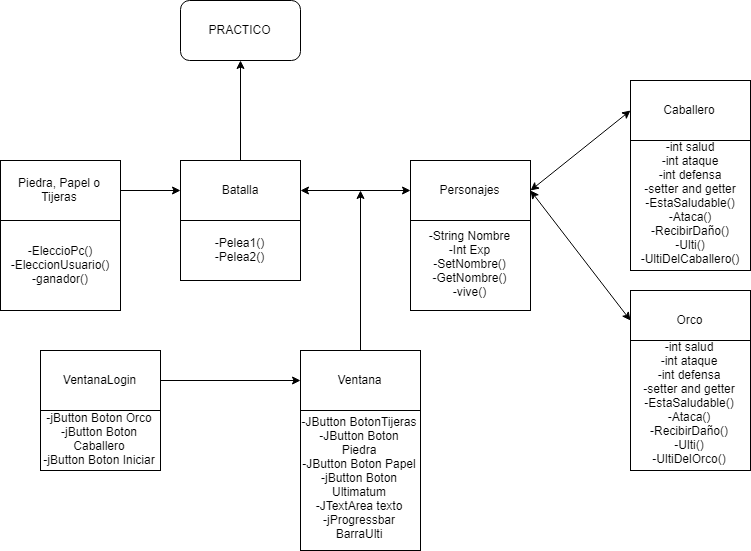
This is Untitled Diagram.png from juanmanuelmartin/Trabajo-Practico-Grupal, a draw.io export, as it was before one commit. Source tidied: cells renumbered, new cells last; positions are measured from the earlier drawing's top-left corner, leaving out a move shared by most shapes.
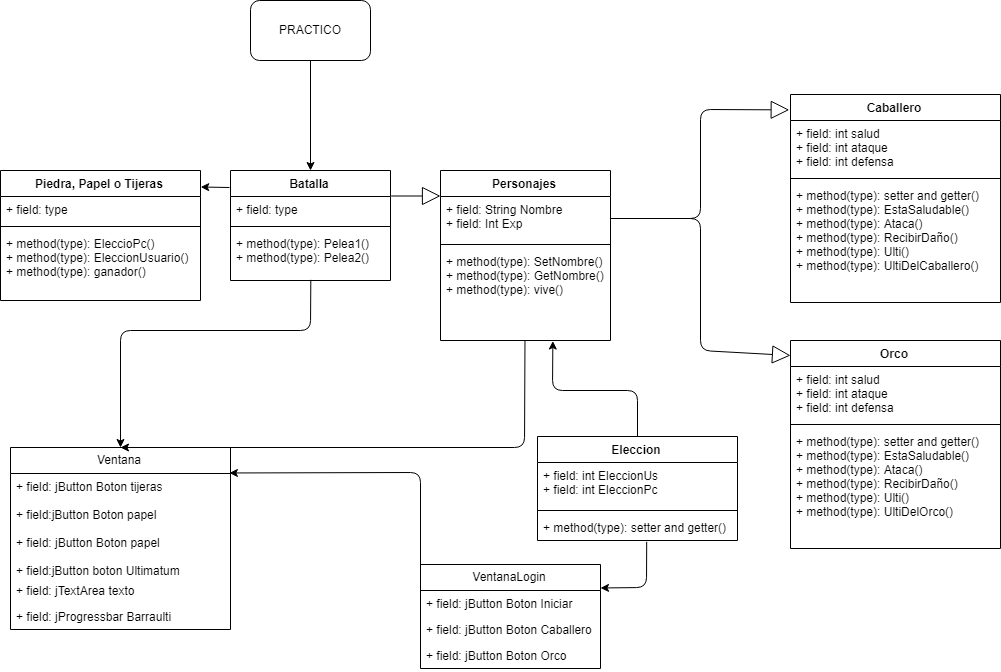
The same file after the commit.

What changed in the source:
```diff
@@ -3,74 +3,167 @@
     <mxCell id="0" />
     <mxCell id="1" parent="0" />
     <mxCell id="2" value="PRACTICO" style="rounded=1;whiteSpace=wrap;html=1;" parent="1" vertex="1">
-      <mxGeometry x="180" width="120" height="60" as="geometry" />
+      <mxGeometry x="190" width="120" height="60" as="geometry" />
     </mxCell>
-    <mxCell id="3" style="endArrow=classic;html=1;entryX=0.5;entryY=1;entryDx=0;entryDy=0;exitX=0.5;exitY=0;exitDx=0;exitDy=0;" parent="1" edge="1" source="12" target="2">
+    <mxCell id="3" style="endArrow=classic;html=1;exitX=0.5;exitY=1;exitDx=0;exitDy=0;entryX=0.5;entryY=0;entryDx=0;entryDy=0;" parent="1" edge="1" source="2" target="12">
       <mxGeometry relative="1" as="geometry" />
     </mxCell>
-    <mxCell id="4" style="endArrow=classic;startArrow=classic;html=1;exitX=1;exitY=0.5;exitDx=0;exitDy=0;entryX=0;entryY=0.5;entryDx=0;entryDy=0;" parent="1" edge="1" source="12" target="14">
-      <mxGeometry relative="1" as="geometry" />
-    </mxCell>
-    <mxCell id="5" style="endArrow=classic;startArrow=classic;html=1;exitX=1;exitY=0.5;exitDx=0;exitDy=0;entryX=0;entryY=0.5;entryDx=0;entryDy=0;" parent="1" edge="1" source="14" target="16">
-      <mxGeometry relative="1" as="geometry" />
-    </mxCell>
-    <mxCell id="6" style="endArrow=classic;startArrow=classic;html=1;exitX=1;exitY=0.5;exitDx=0;exitDy=0;entryX=0;entryY=0.5;entryDx=0;entryDy=0;" parent="1" edge="1" source="14" target="15">
-      <mxGeometry relative="1" as="geometry" />
-    </mxCell>
-    <mxCell id="7" style="endArrow=classic;html=1;exitX=0.5;exitY=0;exitDx=0;exitDy=0;" parent="1" edge="1" source="17">
-      <mxGeometry relative="1" as="geometry">
-        <mxPoint x="360" y="190" as="targetPoint" />
-      </mxGeometry>
-    </mxCell>
-    <mxCell id="8" style="endArrow=classic;html=1;entryX=0;entryY=0.5;entryDx=0;entryDy=0;exitX=1;exitY=0.5;exitDx=0;exitDy=0;" parent="1" edge="1" source="18" target="17">
-      <mxGeometry relative="1" as="geometry" />
-    </mxCell>
-    <mxCell id="9" style="endArrow=classic;html=1;entryX=0;entryY=0.5;entryDx=0;entryDy=0;exitX=1;exitY=0.5;exitDx=0;exitDy=0;" parent="1" edge="1" target="12">
+    <mxCell id="9" style="endArrow=classic;html=1;entryX=1.001;entryY=0.127;entryDx=0;entryDy=0;entryPerimeter=0;" parent="1" edge="1" target="11">
       <mxGeometry relative="1" as="geometry">
-        <mxPoint x="120" y="190" as="sourcePoint" />
+        <mxPoint x="169" y="187" as="sourcePoint" />
       </mxGeometry>
     </mxCell>
-    <mxCell id="10" value="-EleccioPc()&lt;br&gt;-EleccionUsuario()&lt;br&gt;-ganador()" style="rounded=0;whiteSpace=wrap;html=1;" parent="1" vertex="1">
-      <mxGeometry y="220" width="120" height="90" as="geometry" />
-    </mxCell>
-    <mxCell id="11" value="Piedra, Papel o Tijeras" style="rounded=0;whiteSpace=wrap;html=1;" parent="1" vertex="1">
-      <mxGeometry y="160" width="120" height="60" as="geometry" />
+    <mxCell id="11" value="Piedra, Papel o Tijeras" style="swimlane;fontStyle=1;align=center;verticalAlign=top;horizontal=1;startSize=26;" parent="1" vertex="1">
+      <mxGeometry x="-60" y="170" width="200" height="130" as="geometry" />
     </mxCell>
+    <mxCell id="24" value="+ field: type" style="text;strokeColor=none;fillColor=none;align=left;verticalAlign=top;spacingLeft=4;spacingRight=4;overflow=hidden;" parent="11" vertex="1">
+      <mxGeometry y="26" width="200" height="26" as="geometry" />
+    </mxCell>
+    <mxCell id="25" style="line;strokeWidth=1;fillColor=none;align=left;verticalAlign=middle;spacingTop=-1;spacingLeft=3;spacingRight=3;labelPosition=right;" parent="11" vertex="1">
+      <mxGeometry y="52" width="200" height="8" as="geometry" />
+    </mxCell>
+    <mxCell id="26" value="+ method(type): EleccioPc()&#10;+ method(type): EleccionUsuario()&#10;+ method(type): ganador()" style="text;strokeColor=none;fillColor=none;align=left;verticalAlign=top;spacingLeft=4;spacingRight=4;overflow=hidden;" parent="11" vertex="1">
+      <mxGeometry y="60" width="200" height="70" as="geometry" />
+    </mxCell>
-    <mxCell id="12" value="Batalla" style="rounded=0;whiteSpace=wrap;html=1;" parent="1" vertex="1">
-      <mxGeometry x="180" y="160" width="120" height="60" as="geometry" />
+    <mxCell id="12" value="Batalla" style="swimlane;fontStyle=1;align=center;verticalAlign=top;horizontal=1;startSize=26;" parent="1" vertex="1">
+      <mxGeometry x="170" y="170" width="160" height="110" as="geometry" />
     </mxCell>
-    <mxCell id="13" value="-Pelea1()&lt;br&gt;-Pelea2()" style="rounded=0;whiteSpace=wrap;html=1;" parent="1" vertex="1">
-      <mxGeometry x="180" y="220" width="120" height="60" as="geometry" />
-    </mxCell>
+    <mxCell id="27" value="+ field: type" style="text;strokeColor=none;fillColor=none;align=left;verticalAlign=top;spacingLeft=4;spacingRight=4;overflow=hidden;points=[[0,0.5],[1,0.5]];portConstraint=eastwest;" parent="12" vertex="1">
+      <mxGeometry y="26" width="160" height="26" as="geometry" />
+    </mxCell>
+    <mxCell id="28" style="line;strokeWidth=1;fillColor=none;align=left;verticalAlign=middle;spacingTop=-1;spacingLeft=3;spacingRight=3;labelPosition=right;" parent="12" vertex="1">
+      <mxGeometry y="52" width="160" height="8" as="geometry" />
+    </mxCell>
+    <mxCell id="29" value="+ method(type): Pelea1()&#10;+ method(type): Pelea2()" style="text;strokeColor=none;fillColor=none;align=left;verticalAlign=top;spacingLeft=4;spacingRight=4;overflow=hidden;points=[[0,0.5],[1,0.5]];portConstraint=eastwest;" parent="12" vertex="1">
+      <mxGeometry y="60" width="160" height="50" as="geometry" />
+    </mxCell>
-    <mxCell id="14" value="Personajes" style="rounded=0;whiteSpace=wrap;html=1;" parent="1" vertex="1">
-      <mxGeometry x="410" y="160" width="120" height="60" as="geometry" />
+    <mxCell id="14" value="Personajes" style="swimlane;fontStyle=1;align=center;verticalAlign=top;horizontal=1;startSize=26;" parent="1" vertex="1">
+      <mxGeometry x="380" y="170" width="170" height="170" as="geometry" />
     </mxCell>
+    <mxCell id="30" value="+ field: String Nombre&#10;+ field: Int Exp" style="text;strokeColor=none;fillColor=none;align=left;verticalAlign=top;spacingLeft=4;spacingRight=4;overflow=hidden;points=[[0,0.5],[1,0.5]];portConstraint=eastwest;" parent="14" vertex="1">
+      <mxGeometry y="26" width="170" height="44" as="geometry" />
+    </mxCell>
+    <mxCell id="31" style="line;strokeWidth=1;fillColor=none;align=left;verticalAlign=middle;spacingTop=-1;spacingLeft=3;spacingRight=3;labelPosition=right;" parent="14" vertex="1">
+      <mxGeometry y="70" width="170" height="8" as="geometry" />
+    </mxCell>
+    <mxCell id="32" value="+ method(type): SetNombre()&#10;+ method(type): GetNombre()&#10;+ method(type): vive()" style="text;strokeColor=none;fillColor=none;align=left;verticalAlign=top;spacingLeft=4;spacingRight=4;overflow=hidden;points=[[0,0.5],[1,0.5]];portConstraint=eastwest;" parent="14" vertex="1">
+      <mxGeometry y="78" width="170" height="92" as="geometry" />
+    </mxCell>
-    <mxCell id="15" value="Caballero" style="rounded=0;whiteSpace=wrap;html=1;" parent="1" vertex="1">
-      <mxGeometry x="630" y="80" width="120" height="60" as="geometry" />
+    <mxCell id="15" value="Caballero" style="swimlane;fontStyle=1;align=center;verticalAlign=top;horizontal=1;startSize=26;" parent="1" vertex="1">
+      <mxGeometry x="730" y="94" width="210" height="208" as="geometry" />
     </mxCell>
+    <mxCell id="33" value="+ field: int salud&#10;+ field: int ataque&#10;+ field: int defensa" style="text;strokeColor=none;fillColor=none;align=left;verticalAlign=top;spacingLeft=4;spacingRight=4;overflow=hidden;" parent="15" vertex="1">
+      <mxGeometry y="26" width="210" height="54" as="geometry" />
+    </mxCell>
+    <mxCell id="34" style="line;strokeWidth=1;fillColor=none;align=left;verticalAlign=middle;spacingTop=-1;spacingLeft=3;spacingRight=3;labelPosition=right;" parent="15" vertex="1">
+      <mxGeometry y="80" width="210" height="8" as="geometry" />
+    </mxCell>
+    <mxCell id="35" value="+ method(type): setter and getter()&#10;+ method(type): EstaSaludable()&#10;+ method(type): Ataca()&#10;+ method(type): RecibirDaño()&#10;+ method(type): Ulti()&#10;+ method(type): UltiDelCaballero()" style="text;strokeColor=none;fillColor=none;align=left;verticalAlign=top;spacingLeft=4;spacingRight=4;overflow=hidden;" parent="15" vertex="1">
+      <mxGeometry y="88" width="210" height="120" as="geometry" />
+    </mxCell>
-    <mxCell id="16" value="Orco" style="rounded=0;whiteSpace=wrap;html=1;" parent="1" vertex="1">
-      <mxGeometry x="630" y="290" width="120" height="60" as="geometry" />
+    <mxCell id="16" value="Orco" style="swimlane;fontStyle=1;align=center;verticalAlign=top;horizontal=1;startSize=26;" parent="1" vertex="1">
+      <mxGeometry x="730" y="340" width="210" height="208" as="geometry" />
     </mxCell>
+    <mxCell id="36" value="+ field: int salud&#10;+ field: int ataque&#10;+ field: int defensa" style="text;strokeColor=none;fillColor=none;align=left;verticalAlign=top;spacingLeft=4;spacingRight=4;overflow=hidden;" parent="16" vertex="1">
+      <mxGeometry y="26" width="210" height="54" as="geometry" />
+    </mxCell>
+    <mxCell id="37" style="line;strokeWidth=1;fillColor=none;align=left;verticalAlign=middle;spacingTop=-1;spacingLeft=3;spacingRight=3;labelPosition=right;" parent="16" vertex="1">
+      <mxGeometry y="80" width="210" height="8" as="geometry" />
+    </mxCell>
+    <mxCell id="38" value="+ method(type): setter and getter()&#10;+ method(type): EstaSaludable()&#10;+ method(type): Ataca()&#10;+ method(type): RecibirDaño()&#10;+ method(type): Ulti()&#10;+ method(type): UltiDelOrco()" style="text;strokeColor=none;fillColor=none;align=left;verticalAlign=top;spacingLeft=4;spacingRight=4;overflow=hidden;" parent="16" vertex="1">
+      <mxGeometry y="88" width="210" height="120" as="geometry" />
+    </mxCell>
+    <mxCell id="39" style="endArrow=block;endSize=16;endFill=0;html=1;exitX=1;exitY=0.5;exitDx=0;exitDy=0;entryX=0;entryY=0.072;entryDx=0;entryDy=0;entryPerimeter=0;" parent="1" edge="1" source="30" target="16">
+      <mxGeometry relative="1" as="geometry">
+        <Array as="points">
+          <mxPoint x="640" y="218" />
+          <mxPoint x="640" y="350" />
+        </Array>
+      </mxGeometry>
+    </mxCell>
+    <mxCell id="40" style="endArrow=block;endSize=16;endFill=0;html=1;entryX=-0.006;entryY=0.074;entryDx=0;entryDy=0;exitX=1;exitY=0.5;exitDx=0;exitDy=0;entryPerimeter=0;" parent="1" edge="1" source="30" target="15">
+      <mxGeometry relative="1" as="geometry">
+        <Array as="points">
+          <mxPoint x="640" y="218" />
+          <mxPoint x="640" y="109" />
+        </Array>
+      </mxGeometry>
+    </mxCell>
-    <mxCell id="17" value="Ventana" style="rounded=0;whiteSpace=wrap;html=1;" parent="1" vertex="1">
-      <mxGeometry x="300" y="350" width="120" height="60" as="geometry" />
+    <mxCell id="17" value="Ventana" style="swimlane;fontStyle=0;horizontal=1;startSize=26;fillColor=none;" parent="1" vertex="1">
+      <mxGeometry x="-50" y="447" width="220" height="182" as="geometry" />
     </mxCell>
+    <mxCell id="41" value="+ field: jButton Boton tijeras&#10;&#10;+ field:jButton Boton papel&#10;&#10;+ field: jButton Boton papel&#10;&#10;+ field:jButton boton Ultimatum&#10;" style="text;strokeColor=none;fillColor=none;align=left;verticalAlign=top;spacingLeft=4;spacingRight=4;overflow=hidden;points=[[0,0.5],[1,0.5]];portConstraint=eastwest;" parent="17" vertex="1">
+      <mxGeometry y="26" width="220" height="104" as="geometry" />
+    </mxCell>
+    <mxCell id="42" value="+ field: jTextArea texto" style="text;strokeColor=none;fillColor=none;align=left;verticalAlign=top;spacingLeft=4;spacingRight=4;overflow=hidden;" parent="17" vertex="1">
+      <mxGeometry y="130" width="220" height="26" as="geometry" />
+    </mxCell>
+    <mxCell id="43" value="+ field: jProgressbar Barraulti" style="text;strokeColor=none;fillColor=none;align=left;verticalAlign=top;spacingLeft=4;spacingRight=4;overflow=hidden;" parent="17" vertex="1">
+      <mxGeometry y="156" width="220" height="26" as="geometry" />
+    </mxCell>
-    <mxCell id="18" value="VentanaLogin" style="rounded=0;whiteSpace=wrap;html=1;" parent="1" vertex="1">
-      <mxGeometry x="40" y="350" width="120" height="60" as="geometry" />
+    <mxCell id="18" value="VentanaLogin" style="swimlane;fontStyle=0;horizontal=1;startSize=26;fillColor=none;" parent="1" vertex="1">
+      <mxGeometry x="360" y="564" width="180" height="104" as="geometry" />
     </mxCell>
-    <mxCell id="19" value="&lt;span style=&quot;white-space: normal&quot;&gt;-String Nombre&lt;/span&gt;&lt;br style=&quot;white-space: normal&quot;&gt;&lt;span style=&quot;white-space: normal&quot;&gt;-Int Exp&lt;/span&gt;&lt;br style=&quot;white-space: normal&quot;&gt;&lt;span style=&quot;white-space: normal&quot;&gt;-SetNombre()&lt;/span&gt;&lt;br style=&quot;white-space: normal&quot;&gt;&lt;span style=&quot;white-space: normal&quot;&gt;-GetNombre()&lt;/span&gt;&lt;br style=&quot;white-space: normal&quot;&gt;&lt;span style=&quot;white-space: normal&quot;&gt;-vive()&lt;/span&gt;" style="rounded=0;whiteSpace=wrap;html=1;" parent="1" vertex="1">
-      <mxGeometry x="410" y="220" width="120" height="90" as="geometry" />
-    </mxCell>
-    <mxCell id="20" value="-int salud&lt;br&gt;-int ataque&lt;br&gt;-int defensa&lt;br&gt;-setter and getter&lt;br&gt;-EstaSaludable()&lt;br&gt;-Ataca()&lt;br&gt;-RecibirDaño()&lt;br&gt;-Ulti()&lt;br&gt;-UltiDelCaballero()" style="rounded=0;whiteSpace=wrap;html=1;" parent="1" vertex="1">
-      <mxGeometry x="630" y="140" width="120" height="130" as="geometry" />
-    </mxCell>
-    <mxCell id="21" value="&lt;span style=&quot;white-space: normal&quot;&gt;-int salud&lt;/span&gt;&lt;br style=&quot;white-space: normal&quot;&gt;&lt;span style=&quot;white-space: normal&quot;&gt;-int ataque&lt;/span&gt;&lt;br style=&quot;white-space: normal&quot;&gt;&lt;span style=&quot;white-space: normal&quot;&gt;-int defensa&lt;/span&gt;&lt;br style=&quot;white-space: normal&quot;&gt;&lt;span style=&quot;white-space: normal&quot;&gt;-setter and getter&lt;/span&gt;&lt;br style=&quot;white-space: normal&quot;&gt;&lt;span style=&quot;white-space: normal&quot;&gt;-EstaSaludable()&lt;/span&gt;&lt;br style=&quot;white-space: normal&quot;&gt;&lt;span style=&quot;white-space: normal&quot;&gt;-Ataca()&lt;/span&gt;&lt;br style=&quot;white-space: normal&quot;&gt;&lt;span style=&quot;white-space: normal&quot;&gt;-RecibirDaño()&lt;/span&gt;&lt;br style=&quot;white-space: normal&quot;&gt;&lt;span style=&quot;white-space: normal&quot;&gt;-Ulti()&lt;/span&gt;&lt;br style=&quot;white-space: normal&quot;&gt;&lt;span style=&quot;white-space: normal&quot;&gt;-UltiDelOrco()&lt;/span&gt;" style="rounded=0;whiteSpace=wrap;html=1;" parent="1" vertex="1">
-      <mxGeometry x="630" y="340" width="120" height="130" as="geometry" />
-    </mxCell>
-    <mxCell id="22" value="-JButton BotonTijeras&lt;br&gt;-JButton Boton Piedra&lt;br&gt;-JButton Boton Papel&lt;br&gt;-jButton Boton Ultimatum&lt;br&gt;-JTextArea texto&lt;br&gt;-jProgressbar BarraUlti" style="rounded=0;whiteSpace=wrap;html=1;" parent="1" vertex="1">
-      <mxGeometry x="300" y="410" width="120" height="140" as="geometry" />
-    </mxCell>
-    <mxCell id="23" value="-jButton Boton Orco&lt;br&gt;-jButton Boton Caballero&lt;br&gt;-jButton Boton Iniciar" style="rounded=0;whiteSpace=wrap;html=1;" parent="1" vertex="1">
-      <mxGeometry x="40" y="410" width="120" height="60" as="geometry" />
-    </mxCell>
+    <mxCell id="44" value="+ field: jButton Boton Iniciar" style="text;strokeColor=none;fillColor=none;align=left;verticalAlign=top;spacingLeft=4;spacingRight=4;overflow=hidden;points=[[0,0.5],[1,0.5]];portConstraint=eastwest;" parent="18" vertex="1">
+      <mxGeometry y="26" width="180" height="26" as="geometry" />
+    </mxCell>
+    <mxCell id="45" value="+ field: jButton Boton Caballero" style="text;strokeColor=none;fillColor=none;align=left;verticalAlign=top;spacingLeft=4;spacingRight=4;overflow=hidden;" parent="18" vertex="1">
+      <mxGeometry y="52" width="180" height="26" as="geometry" />
+    </mxCell>
+    <mxCell id="46" value="+ field: jButton Boton Orco" style="text;strokeColor=none;fillColor=none;align=left;verticalAlign=top;spacingLeft=4;spacingRight=4;overflow=hidden;" parent="18" vertex="1">
+      <mxGeometry y="78" width="180" height="26" as="geometry" />
+    </mxCell>
+    <mxCell id="47" style="endArrow=classic;html=1;exitX=0.497;exitY=1.002;exitDx=0;exitDy=0;exitPerimeter=0;entryX=0.5;entryY=0;entryDx=0;entryDy=0;" parent="1" edge="1" source="32" target="17">
+      <mxGeometry relative="1" as="geometry">
+        <Array as="points">
+          <mxPoint x="464" y="447" />
+        </Array>
+      </mxGeometry>
+    </mxCell>
+    <mxCell id="48" style="endArrow=classic;html=1;exitX=0.502;exitY=0.987;exitDx=0;exitDy=0;exitPerimeter=0;entryX=0.5;entryY=0;entryDx=0;entryDy=0;" parent="1" edge="1" source="29" target="17">
+      <mxGeometry relative="1" as="geometry">
+        <Array as="points">
+          <mxPoint x="250" y="330" />
+          <mxPoint x="60" y="330" />
+        </Array>
+      </mxGeometry>
+    </mxCell>
+    <mxCell id="49" style="endArrow=block;endSize=16;endFill=0;html=1;exitX=1.004;exitY=-0.019;exitDx=0;exitDy=0;exitPerimeter=0;entryX=0;entryY=0.15;entryDx=0;entryDy=0;entryPerimeter=0;" parent="1" edge="1" source="27" target="14">
+      <mxGeometry relative="1" as="geometry" />
+    </mxCell>
+    <mxCell id="50" style="endArrow=classic;html=1;exitX=0;exitY=0.25;exitDx=0;exitDy=0;entryX=0.995;entryY=-0.005;entryDx=0;entryDy=0;entryPerimeter=0;" parent="1" edge="1" source="18" target="41">
+      <mxGeometry relative="1" as="geometry">
+        <Array as="points">
+          <mxPoint x="360" y="472" />
+        </Array>
+      </mxGeometry>
+    </mxCell>
+    <mxCell id="51" value="Eleccion" style="swimlane;fontStyle=1;align=center;verticalAlign=top;horizontal=1;startSize=26;" parent="1" vertex="1">
+      <mxGeometry x="477" y="436" width="200" height="104" as="geometry" />
+    </mxCell>
+    <mxCell id="52" value="+ field: int EleccionUs&#10;+ field: int EleccionPc&#10;" style="text;strokeColor=none;fillColor=none;align=left;verticalAlign=top;spacingLeft=4;spacingRight=4;overflow=hidden;" parent="51" vertex="1">
+      <mxGeometry y="26" width="200" height="44" as="geometry" />
+    </mxCell>
+    <mxCell id="53" style="line;strokeWidth=1;fillColor=none;align=left;verticalAlign=middle;spacingTop=-1;spacingLeft=3;spacingRight=3;labelPosition=right;" parent="51" vertex="1">
+      <mxGeometry y="70" width="200" height="8" as="geometry" />
+    </mxCell>
+    <mxCell id="54" value="+ method(type): setter and getter()" style="text;strokeColor=none;fillColor=none;align=left;verticalAlign=top;spacingLeft=4;spacingRight=4;overflow=hidden;points=[[0,0.5],[1,0.5]];portConstraint=eastwest;" parent="51" vertex="1">
+      <mxGeometry y="78" width="200" height="26" as="geometry" />
+    </mxCell>
+    <mxCell id="55" style="endArrow=classic;html=1;entryX=1;entryY=-0.097;entryDx=0;entryDy=0;entryPerimeter=0;exitX=0.546;exitY=1.049;exitDx=0;exitDy=0;exitPerimeter=0;" parent="1" edge="1" source="54" target="44">
+      <mxGeometry relative="1" as="geometry">
+        <Array as="points">
+          <mxPoint x="586" y="587" />
+        </Array>
+      </mxGeometry>
+    </mxCell>
+    <mxCell id="56" style="endArrow=classic;html=1;entryX=0.661;entryY=1.006;entryDx=0;entryDy=0;entryPerimeter=0;exitX=0.5;exitY=0;exitDx=0;exitDy=0;" parent="1" edge="1" source="51" target="32">
+      <mxGeometry relative="1" as="geometry">
+        <Array as="points">
+          <mxPoint x="577" y="390" />
+          <mxPoint x="492" y="390" />
+        </Array>
+      </mxGeometry>
+    </mxCell>
   </root>
 </mxGraphModel>
```
